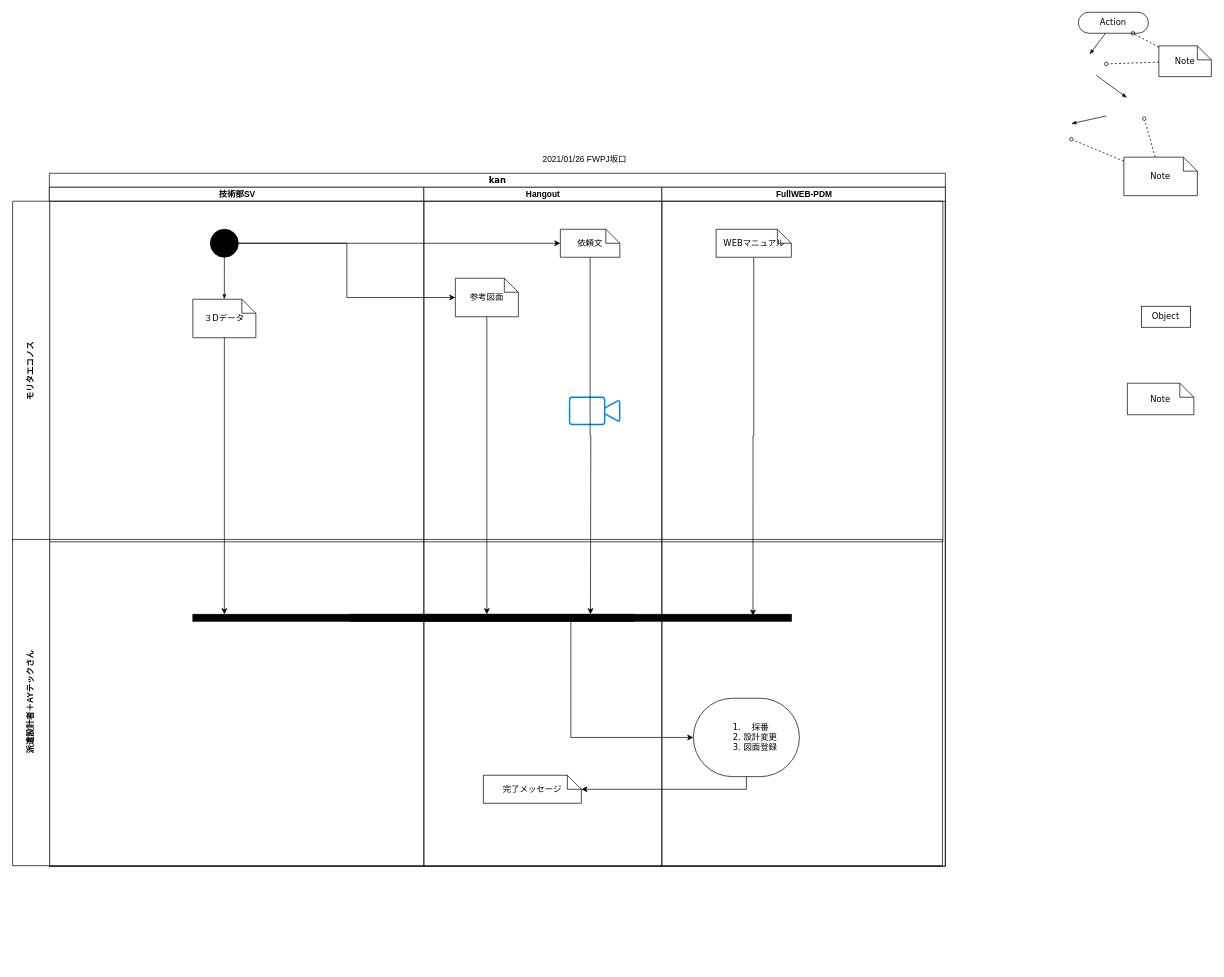
sakag-120/fwpj_team keeps this draw.io diagram as 図面作成依頼フロー.drawio. Above is the earlier version. Source tidied: cells renumbered, new cells numbered last; positions are measured from the earlier drawing's top-left corner, leaving out a move shared by most shapes. Both pictures are drawn from the tidied source at 70%, with x=0, y=0 at pixel (49, -94).
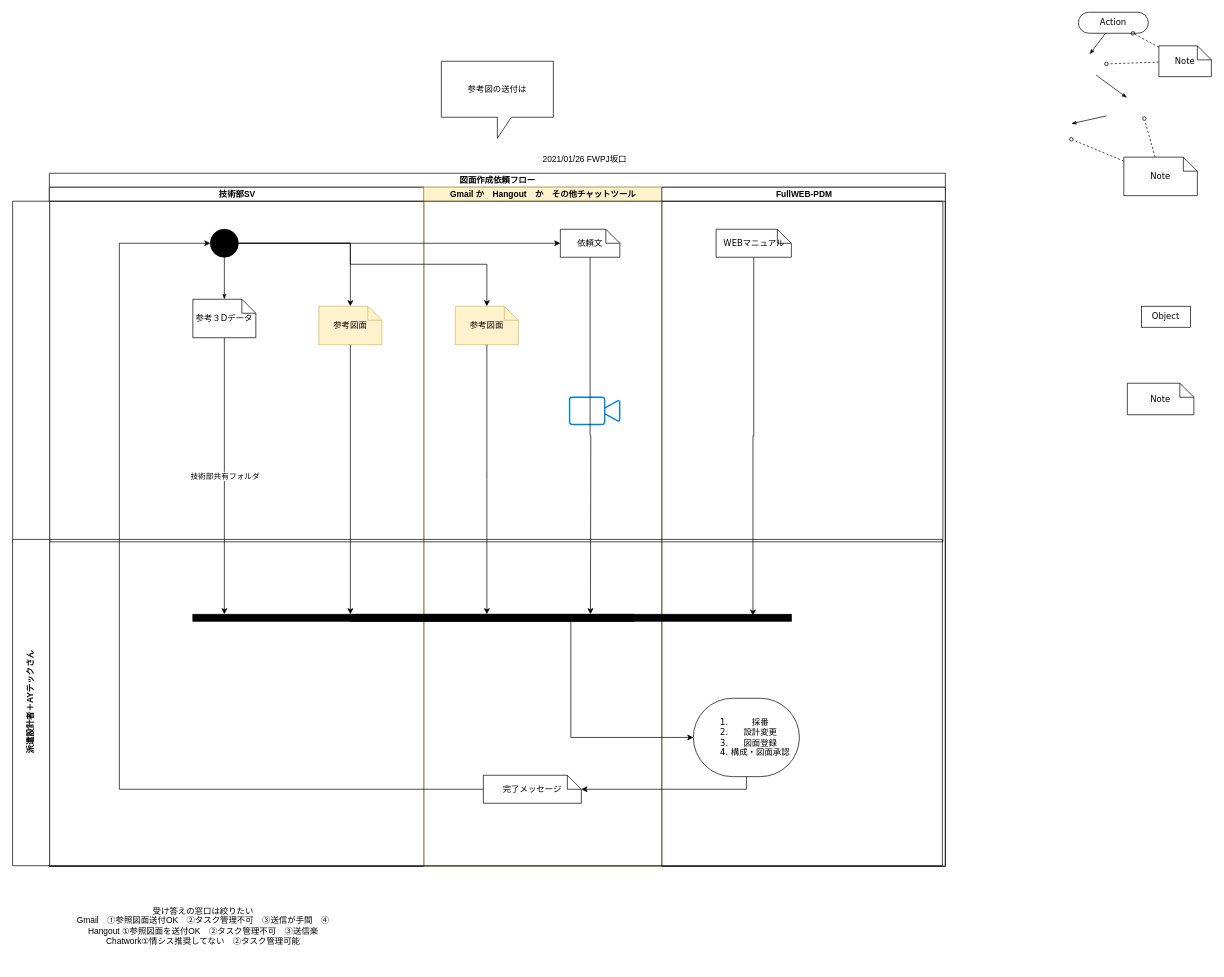
Above is the later version.

Commit message:
図面作成依頼フロー.drawio を更新します

Unchanged cells that the change refers to:
```xml
<mxCell id="3" value="技術部SV" style="swimlane;html=1;startSize=20;" parent="2" vertex="1">
  <mxGeometry y="20" width="535" height="970" as="geometry" />
</mxCell>
<mxCell id="4" style="ellipse;whiteSpace=wrap;html=1;rounded=0;shadow=0;comic=0;labelBackgroundColor=none;strokeWidth=1;fillColor=#000000;fontFamily=Verdana;fontSize=12;align=center;" parent="3" vertex="1">
  <mxGeometry x="230" y="60" width="40" height="40" as="geometry" />
</mxCell>
<mxCell id="12" value="完了メッセージ" style="shape=note;whiteSpace=wrap;html=1;rounded=0;shadow=0;comic=0;labelBackgroundColor=none;strokeWidth=1;fontFamily=Verdana;fontSize=12;align=center;size=20;" parent="7" vertex="1">
  <mxGeometry x="85" y="840" width="140" height="40" as="geometry" />
</mxCell>
<mxCell id="13" value="FullWEB-PDM" style="swimlane;html=1;startSize=20;" parent="2" vertex="1">
  <mxGeometry x="875" y="20" width="405" height="970" as="geometry" />
</mxCell>
<mxCell id="15" style="whiteSpace=wrap;html=1;rounded=0;shadow=0;comic=0;labelBackgroundColor=none;strokeWidth=1;fillColor=#000000;fontFamily=Verdana;fontSize=12;align=center;rotation=0;" parent="13" vertex="1">
  <mxGeometry x="-445" y="610" width="630" height="10" as="geometry" />
</mxCell>
```

The edit, as a diff of the source:
```diff
@@
-    <mxCell id="2" value="kan" style="swimlane;html=1;startSize=20;rounded=0;shadow=0;comic=0;labelBackgroundColor=none;strokeWidth=1;fontFamily=Verdana;fontSize=12;align=center;" parent="1" vertex="1">
+    <mxCell id="2" value="図面作成依頼フロー" style="swimlane;html=1;startSize=20;rounded=0;shadow=0;comic=0;labelBackgroundColor=none;strokeWidth=1;fontFamily=Verdana;fontSize=12;align=center;" parent="1" vertex="1">
       <mxGeometry y="381" width="1280" height="990" as="geometry" />
     </mxCell>
@@
+    <mxCell id="40" style="edgeStyle=orthogonalEdgeStyle;rounded=0;jettySize=auto;html=1;" parent="3" edge="1" source="4" target="41">
+      <mxGeometry relative="1" as="geometry" />
+    </mxCell>
@@
-    <mxCell id="6" value="３Dデータ" style="shape=note;whiteSpace=wrap;html=1;rounded=0;shadow=0;comic=0;labelBackgroundColor=none;strokeWidth=1;fontFamily=Verdana;fontSize=12;align=center;size=20;" parent="3" vertex="1">
+    <mxCell id="6" value="参考３Dデータ" style="shape=note;whiteSpace=wrap;html=1;rounded=0;shadow=0;comic=0;labelBackgroundColor=none;strokeWidth=1;fontFamily=Verdana;fontSize=12;align=center;size=20;" parent="3" vertex="1">
       <mxGeometry x="205" y="160" width="90" height="55" as="geometry" />
     </mxCell>
+    <mxCell id="41" value="参考図面" style="shape=note;whiteSpace=wrap;html=1;rounded=0;shadow=0;comic=0;labelBackgroundColor=none;strokeWidth=1;fontFamily=Verdana;fontSize=12;align=center;size=20;fillColor=#fff2cc;strokeColor=#d6b656;" parent="3" vertex="1">
+      <mxGeometry x="385" y="170" width="90" height="55" as="geometry" />
+    </mxCell>
-    <mxCell id="7" value="Hangout" style="swimlane;html=1;startSize=20;" parent="2" vertex="1">
+    <mxCell id="7" value="Gmail か　Hangout　か　その他チャットツール" style="swimlane;html=1;startSize=20;fillColor=#fff2cc;strokeColor=#d6b656;" parent="2" vertex="1">
       <mxGeometry x="535" y="20" width="340" height="970" as="geometry" />
     </mxCell>
@@
-    <mxCell id="9" value="参考図面" style="shape=note;whiteSpace=wrap;html=1;rounded=0;shadow=0;comic=0;labelBackgroundColor=none;strokeWidth=1;fontFamily=Verdana;fontSize=12;align=center;size=20;" parent="7" vertex="1">
-      <mxGeometry x="45" y="130" width="90" height="55" as="geometry" />
+    <mxCell id="9" value="参考図面" style="shape=note;whiteSpace=wrap;html=1;rounded=0;shadow=0;comic=0;labelBackgroundColor=none;strokeWidth=1;fontFamily=Verdana;fontSize=12;align=center;size=20;fillColor=#fff2cc;strokeColor=#d6b656;" parent="7" vertex="1">
+      <mxGeometry x="45" y="170" width="90" height="55" as="geometry" />
     </mxCell>
@@
-    <mxCell id="18" value="&lt;ol&gt;&lt;li&gt;採番&lt;/li&gt;&lt;li&gt;設計変更&lt;/li&gt;&lt;li&gt;図面登録&lt;/li&gt;&lt;/ol&gt;" style="rounded=1;whiteSpace=wrap;html=1;shadow=0;comic=0;labelBackgroundColor=none;strokeWidth=1;fontFamily=Verdana;fontSize=12;align=center;arcSize=50;" parent="13" vertex="1">
+    <mxCell id="18" value="&lt;ol&gt;&lt;li&gt;採番&lt;/li&gt;&lt;li&gt;設計変更&lt;/li&gt;&lt;li&gt;図面登録&lt;/li&gt;&lt;li&gt;構成・図面承認&lt;br&gt;&lt;/li&gt;&lt;/ol&gt;" style="rounded=1;whiteSpace=wrap;html=1;shadow=0;comic=0;labelBackgroundColor=none;strokeWidth=1;fontFamily=Verdana;fontSize=12;align=center;arcSize=50;" parent="13" vertex="1">
       <mxGeometry x="45" y="730" width="151.5" height="112" as="geometry" />
     </mxCell>
@@
-    <mxCell id="20" style="edgeStyle=orthogonalEdgeStyle;rounded=0;jettySize=auto;html=1;entryX=0;entryY=0.5;entryDx=0;entryDy=0;entryPerimeter=0;" parent="2" edge="1" source="4" target="9">
-      <mxGeometry relative="1" as="geometry" />
+    <mxCell id="20" style="edgeStyle=orthogonalEdgeStyle;rounded=0;jettySize=auto;html=1;entryX=0.5;entryY=0;entryDx=0;entryDy=0;entryPerimeter=0;" parent="2" edge="1" source="4" target="9">
+      <mxGeometry relative="1" as="geometry">
+        <Array as="points">
+          <mxPoint x="430" y="100" />
+          <mxPoint x="430" y="130" />
+          <mxPoint x="625" y="130" />
+        </Array>
+      </mxGeometry>
     </mxCell>
@@
+    <mxCell id="42" style="edgeStyle=orthogonalEdgeStyle;rounded=0;jettySize=auto;html=1;entryX=0;entryY=0.5;entryDx=0;entryDy=0;" parent="2" edge="1" source="12" target="4">
+      <mxGeometry relative="1" as="geometry">
+        <Array as="points">
+          <mxPoint x="100" y="880" />
+          <mxPoint x="100" y="100" />
+        </Array>
+      </mxGeometry>
+    </mxCell>
+    <mxCell id="43" style="edgeStyle=orthogonalEdgeStyle;rounded=0;jettySize=auto;html=1;entryX=0;entryY=0;entryDx=0;entryDy=0;" parent="2" edge="1" source="41" target="15">
+      <mxGeometry relative="1" as="geometry" />
+    </mxCell>
@@
-    <mxCell id="23" value="モリタエコノス" style="swimlane;html=1;startSize=53;rotation=-90;" parent="1" vertex="1">
+    <mxCell id="23" style="swimlane;html=1;startSize=53;rotation=-90;" parent="1" vertex="1">
       <mxGeometry x="368.7" y="-0.2" width="486.6" height="1328.9" as="geometry" />
     </mxCell>
@@
-    <mxCell id="27" style="edgeStyle=orthogonalEdgeStyle;rounded=0;jettySize=auto;html=1;" parent="1" edge="1" source="6">
+    <mxCell id="27" value="技術部共有フォルダ" style="edgeStyle=orthogonalEdgeStyle;rounded=0;jettySize=auto;html=1;" parent="1" edge="1" source="6">
       <mxGeometry relative="1" as="geometry">
         <mxPoint x="250" y="1011" as="targetPoint" />
       </mxGeometry>
     </mxCell>
@@
+    <mxCell id="44" value="参考図の送付は" style="shape=callout;whiteSpace=wrap;html=1;perimeter=calloutPerimeter;rotation=0;" parent="1" vertex="1">
+      <mxGeometry x="560" y="221" width="160" height="110" as="geometry" />
+    </mxCell>
+    <mxCell id="45" value="&lt;div&gt;受け答えの窓口は絞りたい&lt;/div&gt;&lt;div&gt;Gmail　①参照図面送付OK　②タスク管理不可　③送信が手間　④&lt;br&gt;&lt;/div&gt;&lt;div&gt;Hangout ①参照図面を送付OK　②タスク管理不可　③送信楽&lt;/div&gt;&lt;div&gt;Chatwork①情シス推奨してない　②タスク管理可能　&lt;br&gt;&lt;/div&gt;" style="text;html=1;strokeColor=none;fillColor=none;align=center;verticalAlign=middle;whiteSpace=wrap;rounded=0;" parent="1" vertex="1">
+      <mxGeometry x="10" y="1401" width="420" height="110" as="geometry" />
+    </mxCell>
```
